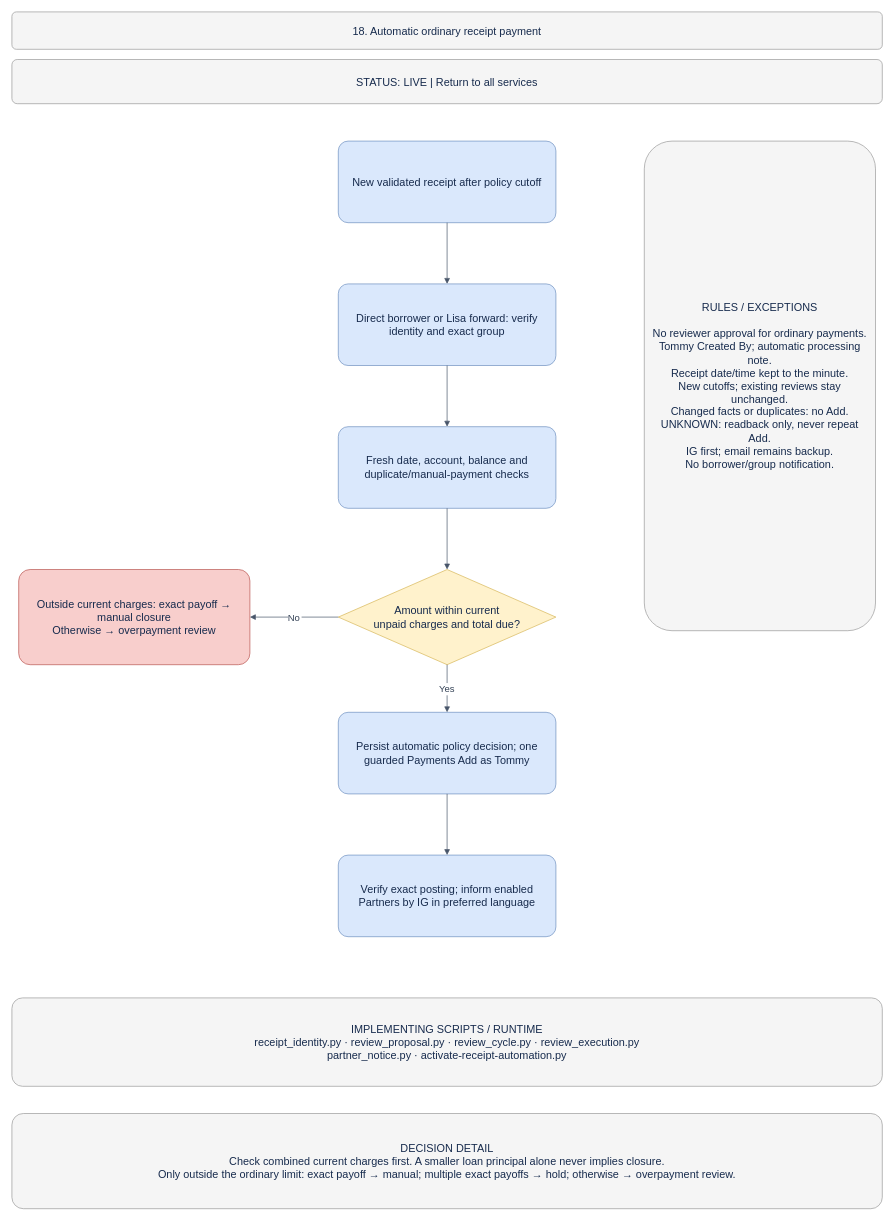
welct0407/MW-Credit-App keeps this draw.io diagram as page "18 · Automatic receipt payment" (18 of 18) of docs/BUSINESS_PROCESS.drawio. Above is the earlier version. Source tidied: cells renumbered, new cells numbered last; positions are measured from the earlier drawing's top-left corner, leaving out a move shared by most shapes. Both pictures are drawn from the tidied source at 68%, with x=0, y=0 at pixel (12, 12).
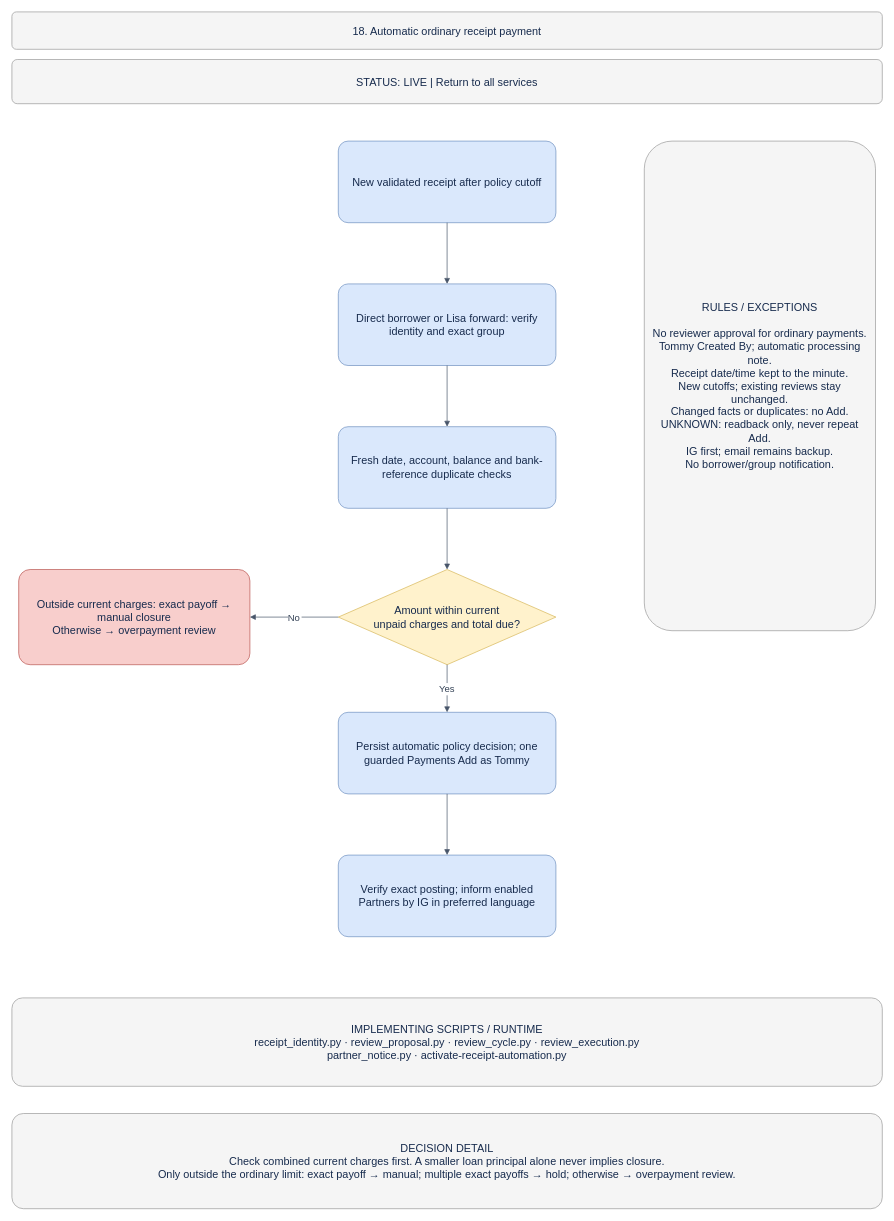
The same diagram, later.

Commit message (it also covers changes not shown here):
Match receipt payment duplicates by bank reference only

The edit, as a diff of the source:
```diff
@@
 <mxGraphModel>
   <root>
     <mxCell id="0" />
     <mxCell id="1" parent="0" />
     <mxCell id="2" value="18. Automatic ordinary receipt payment" style="rounded=1;arcSize=12;whiteSpace=wrap;html=0;fillColor=#f5f5f5;strokeColor=#999999;fontColor=#172b4d;fontSize=16;align=center;verticalAlign=middle;spacing=12;" parent="1" vertex="1">
       <mxGeometry width="1280" height="55" as="geometry" />
     </mxCell>
     <mxCell id="3" value="STATUS: LIVE  |  Return to all services" style="rounded=1;arcSize=12;whiteSpace=wrap;html=0;fillColor=#f5f5f5;strokeColor=#999999;fontColor=#172b4d;fontSize=16;align=center;verticalAlign=middle;spacing=12;" parent="1" vertex="1">
       <mxGeometry y="70" width="1280" height="65" as="geometry" />
     </mxCell>
     <mxCell id="4" value="New validated receipt after policy cutoff" style="rounded=1;arcSize=12;whiteSpace=wrap;html=0;fillColor=#dae8fc;strokeColor=#6c8ebf;fontColor=#172b4d;fontSize=16;align=center;verticalAlign=middle;spacing=12;" parent="1" vertex="1">
       <mxGeometry x="480" y="190" width="320" height="120" as="geometry" />
     </mxCell>
     <mxCell id="5" value="Direct borrower or Lisa forward: verify identity and exact group" style="rounded=1;arcSize=12;whiteSpace=wrap;html=0;fillColor=#dae8fc;strokeColor=#6c8ebf;fontColor=#172b4d;fontSize=16;align=center;verticalAlign=middle;spacing=12;" parent="1" vertex="1">
       <mxGeometry x="480" y="400" width="320" height="120" as="geometry" />
     </mxCell>
     <mxCell id="6" style="edgeStyle=orthogonalEdgeStyle;rounded=0;jettySize=auto;html=0;endArrow=block;endFill=1;strokeColor=#475569;fontColor=#334155;fontSize=14;labelBackgroundColor=#ffffff;" parent="1" edge="1" source="4" target="5">
       <mxGeometry relative="1" as="geometry" />
     </mxCell>
-    <mxCell id="7" value="Fresh date, account, balance and duplicate/manual-payment checks" style="rounded=1;arcSize=12;whiteSpace=wrap;html=0;fillColor=#dae8fc;strokeColor=#6c8ebf;fontColor=#172b4d;fontSize=16;align=center;verticalAlign=middle;spacing=12;" parent="1" vertex="1">
+    <mxCell id="7" value="Fresh date, account, balance and bank-reference duplicate checks" style="rounded=1;arcSize=12;whiteSpace=wrap;html=0;fillColor=#dae8fc;strokeColor=#6c8ebf;fontColor=#172b4d;fontSize=16;align=center;verticalAlign=middle;spacing=12;" parent="1" vertex="1">
       <mxGeometry x="480" y="610" width="320" height="120" as="geometry" />
     </mxCell>
     <mxCell id="8" style="edgeStyle=orthogonalEdgeStyle;rounded=0;jettySize=auto;html=0;endArrow=block;endFill=1;strokeColor=#475569;fontColor=#334155;fontSize=14;labelBackgroundColor=#ffffff;" parent="1" edge="1" source="5" target="7">
       <mxGeometry relative="1" as="geometry" />
     </mxCell>
     <mxCell id="9" value="Amount within current&#10;unpaid charges and total due?" style="rhombus;whiteSpace=wrap;html=0;fillColor=#fff2cc;strokeColor=#d6b656;fontColor=#172b4d;fontSize=16;align=center;verticalAlign=middle;spacing=12;" parent="1" vertex="1">
       <mxGeometry x="480" y="820" width="320" height="140" as="geometry" />
     </mxCell>
     <mxCell id="10" style="edgeStyle=orthogonalEdgeStyle;rounded=0;jettySize=auto;html=0;endArrow=block;endFill=1;strokeColor=#475569;fontColor=#334155;fontSize=14;labelBackgroundColor=#ffffff;" parent="1" edge="1" source="7" target="9">
       <mxGeometry relative="1" as="geometry" />
     </mxCell>
     <mxCell id="11" value="Persist automatic policy decision; one guarded Payments Add as Tommy" style="rounded=1;arcSize=12;whiteSpace=wrap;html=0;fillColor=#dae8fc;strokeColor=#6c8ebf;fontColor=#172b4d;fontSize=16;align=center;verticalAlign=middle;spacing=12;" parent="1" vertex="1">
       <mxGeometry x="480" y="1030" width="320" height="120" as="geometry" />
     </mxCell>
     <mxCell id="12" value="Yes" style="edgeStyle=orthogonalEdgeStyle;rounded=0;jettySize=auto;html=0;endArrow=block;endFill=1;strokeColor=#475569;fontColor=#334155;fontSize=14;labelBackgroundColor=#ffffff;" parent="1" edge="1" source="9" target="11">
       <mxGeometry relative="1" as="geometry" />
     </mxCell>
     <mxCell id="13" value="Verify exact posting; inform enabled Partners by IG in preferred language" style="rounded=1;arcSize=12;whiteSpace=wrap;html=0;fillColor=#dae8fc;strokeColor=#6c8ebf;fontColor=#172b4d;fontSize=16;align=center;verticalAlign=middle;spacing=12;" parent="1" vertex="1">
       <mxGeometry x="480" y="1240" width="320" height="120" as="geometry" />
     </mxCell>
     <mxCell id="14" style="edgeStyle=orthogonalEdgeStyle;rounded=0;jettySize=auto;html=0;endArrow=block;endFill=1;strokeColor=#475569;fontColor=#334155;fontSize=14;labelBackgroundColor=#ffffff;" parent="1" edge="1" source="11" target="13">
       <mxGeometry relative="1" as="geometry" />
     </mxCell>
     <mxCell id="15" value="Outside current charges: exact payoff → manual closure&#10;Otherwise → overpayment review" style="rounded=1;arcSize=12;whiteSpace=wrap;html=0;fillColor=#f8cecc;strokeColor=#b85450;fontColor=#172b4d;fontSize=16;align=center;verticalAlign=middle;spacing=12;" parent="1" vertex="1">
       <mxGeometry x="10" y="820" width="340" height="140" as="geometry" />
     </mxCell>
     <mxCell id="16" value="No" style="edgeStyle=orthogonalEdgeStyle;rounded=0;jettySize=auto;html=0;endArrow=block;endFill=1;strokeColor=#475569;fontColor=#334155;fontSize=14;labelBackgroundColor=#ffffff;" parent="1" edge="1" source="9" target="15">
       <mxGeometry relative="1" as="geometry" />
     </mxCell>
     <mxCell id="17" value="RULES / EXCEPTIONS&#10;&#10;No reviewer approval for ordinary payments.&#10;Tommy Created By; automatic processing note.&#10;Receipt date/time kept to the minute.&#10;New cutoffs; existing reviews stay unchanged.&#10;Changed facts or duplicates: no Add.&#10;UNKNOWN: readback only, never repeat Add.&#10;IG first; email remains backup.&#10;No borrower/group notification." style="rounded=1;arcSize=12;whiteSpace=wrap;html=0;fillColor=#f5f5f5;strokeColor=#999999;fontColor=#172b4d;fontSize=16;align=center;verticalAlign=middle;spacing=12;" parent="1" vertex="1">
       <mxGeometry x="930" y="190" width="340" height="720" as="geometry" />
     </mxCell>
     <mxCell id="18" value="IMPLEMENTING SCRIPTS / RUNTIME&#10;receipt_identity.py · review_proposal.py · review_cycle.py · review_execution.py&#10;partner_notice.py · activate-receipt-automation.py" style="rounded=1;arcSize=12;whiteSpace=wrap;html=0;fillColor=#f5f5f5;strokeColor=#999999;fontColor=#172b4d;fontSize=16;align=center;verticalAlign=middle;spacing=12;" parent="1" vertex="1">
       <mxGeometry y="1450" width="1280" height="130" as="geometry" />
     </mxCell>
     <mxCell id="19" value="DECISION DETAIL&#10;Check combined current charges first. A smaller loan principal alone never implies closure.&#10;Only outside the ordinary limit: exact payoff → manual; multiple exact payoffs → hold; otherwise → overpayment review." style="rounded=1;arcSize=12;whiteSpace=wrap;html=0;fillColor=#f5f5f5;strokeColor=#999999;fontColor=#172b4d;fontSize=16;align=center;verticalAlign=middle;spacing=12;" parent="1" vertex="1">
       <mxGeometry y="1620" width="1280" height="140" as="geometry" />
     </mxCell>
   </root>
 </mxGraphModel>
```
